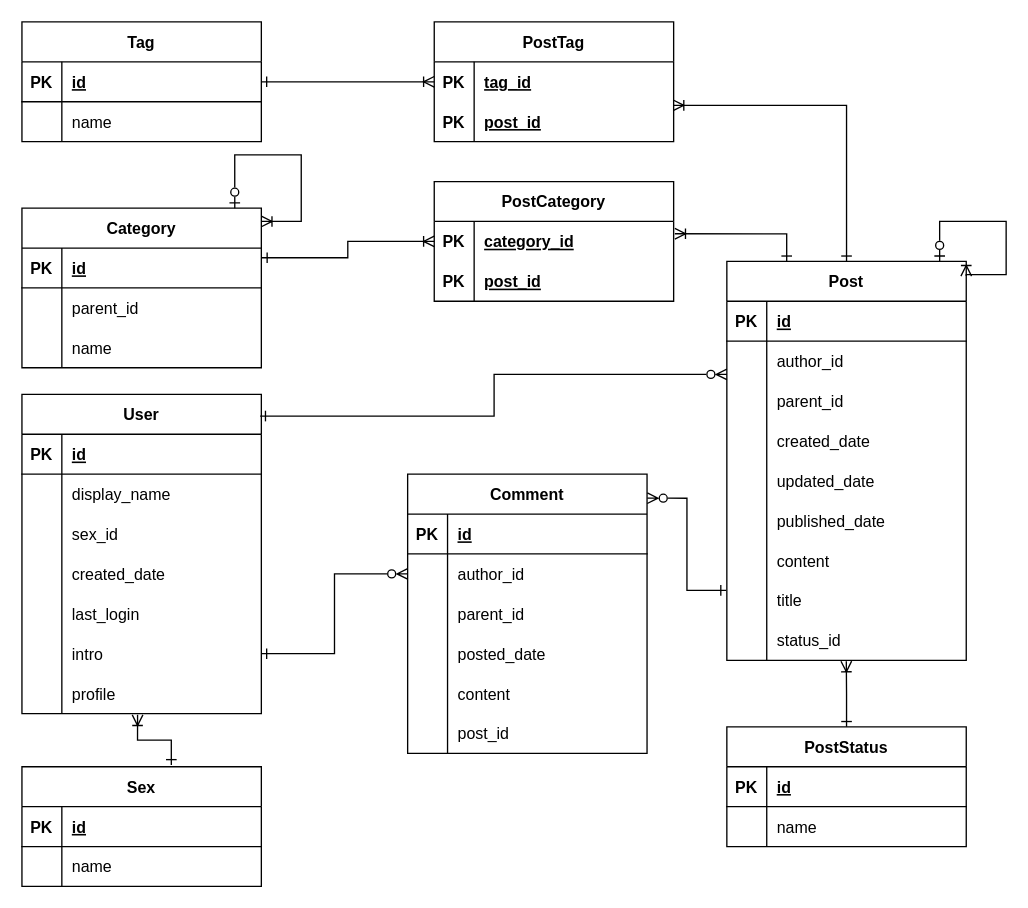
Above: Diagram/ERD.drawio in HT-Dat/BlogSite_Server (draw.io), before the change. Source tidied: cells renumbered, new cells numbered last; positions are measured from the earlier drawing's top-left corner, leaving out a move shared by most shapes. Both pictures are drawn from the tidied source at 133%, with x=0, y=0 at pixel (21, 21).
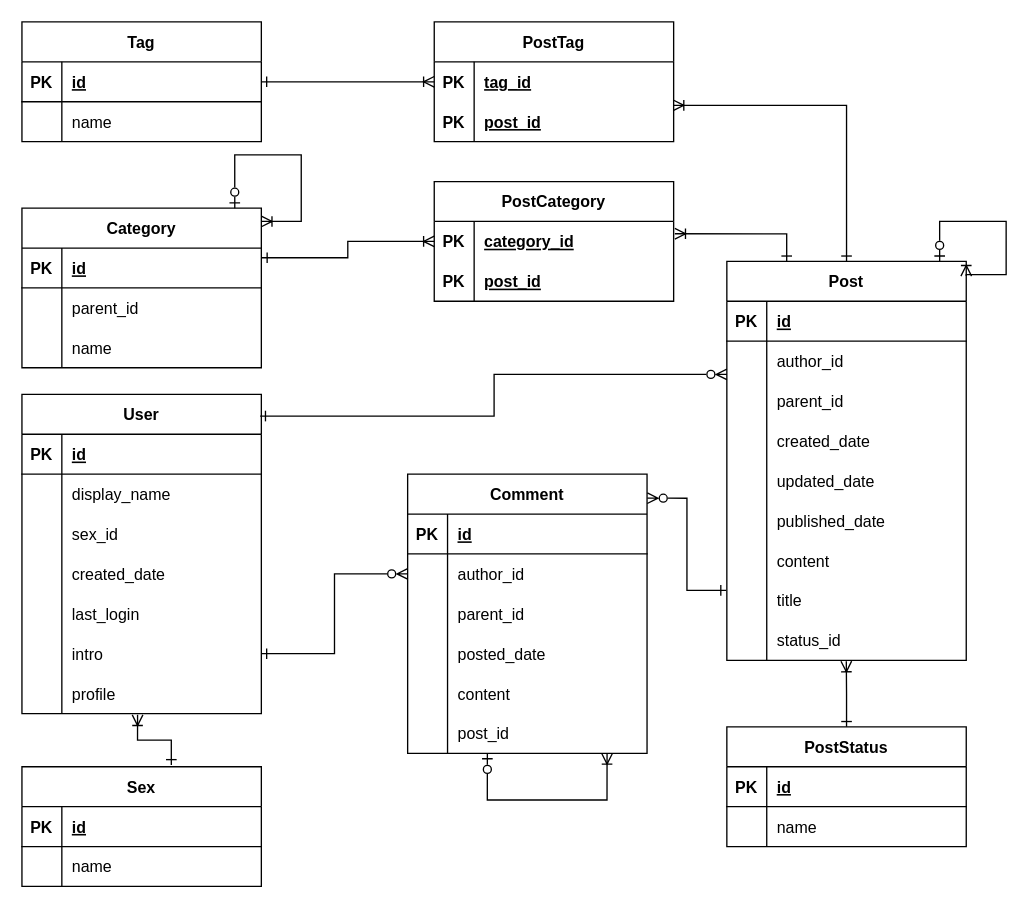
Above is the later version.

Commit message:
Add arrow of self-referencing for comment table

The change refers to these unchanged cells:
```xml
<mxCell id="52" value="Comment" style="shape=table;startSize=30;childLayout=tableLayout;rowLines=0;fontStyle=1;align=center;" parent="1" vertex="1">
  <mxGeometry x="290" y="340" width="180" height="210" as="geometry" />
</mxCell>
<mxCell id="68" style="shape=tableRow;horizontal=0;startSize=0;swimlaneHead=0;swimlaneBody=0;fillColor=none;points=[[0,0.5],[1,0.5]];portConstraint=eastwest;top=0;left=0;right=0;bottom=0;" parent="52" vertex="1">
  <mxGeometry y="180" width="180" height="30" as="geometry" />
</mxCell>
```

The edit, as a diff of the source:
```diff
@@
+    <mxCell id="127" style="endArrow=ERzeroToOne;html=1;rounded=0;edgeStyle=orthogonalEdgeStyle;startArrow=ERoneToMany;startFill=0;endFill=0;exitX=0.833;exitY=1;exitDx=0;exitDy=0;exitPerimeter=0;entryX=0.333;entryY=1;entryDx=0;entryDy=0;entryPerimeter=0;" parent="52" edge="1" source="68" target="68">
+      <mxGeometry relative="1" as="geometry">
+        <Array as="points">
+          <mxPoint x="150" y="245" />
+          <mxPoint x="60" y="245" />
+        </Array>
+      </mxGeometry>
+    </mxCell>
```
